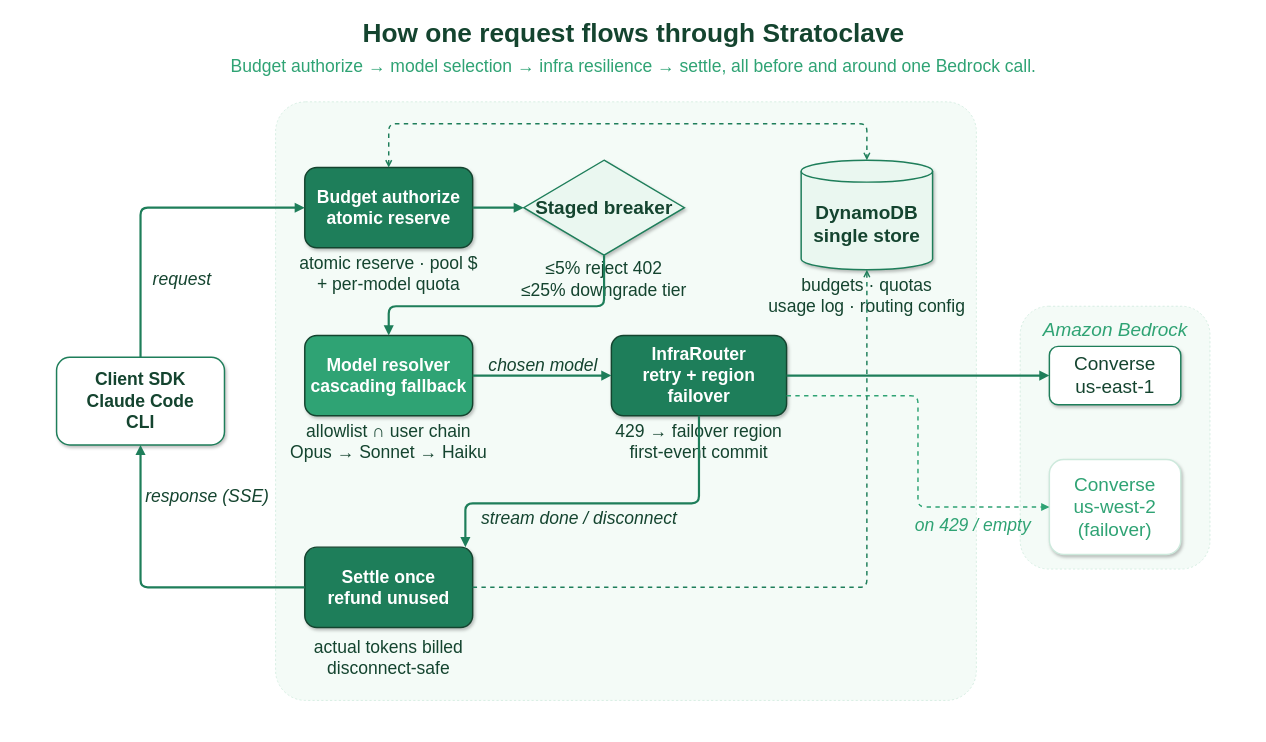
Before: docs/diagrams/request-routing.drawio in littlemex/stratoclave, a draw.io diagram. Source tidied: cells renumbered, new cells numbered last; positions are measured from the earlier drawing's top-left corner, leaving out a move shared by most shapes. Both pictures are drawn from the tidied source at 73%, with x=0, y=0 at pixel (12, 12).
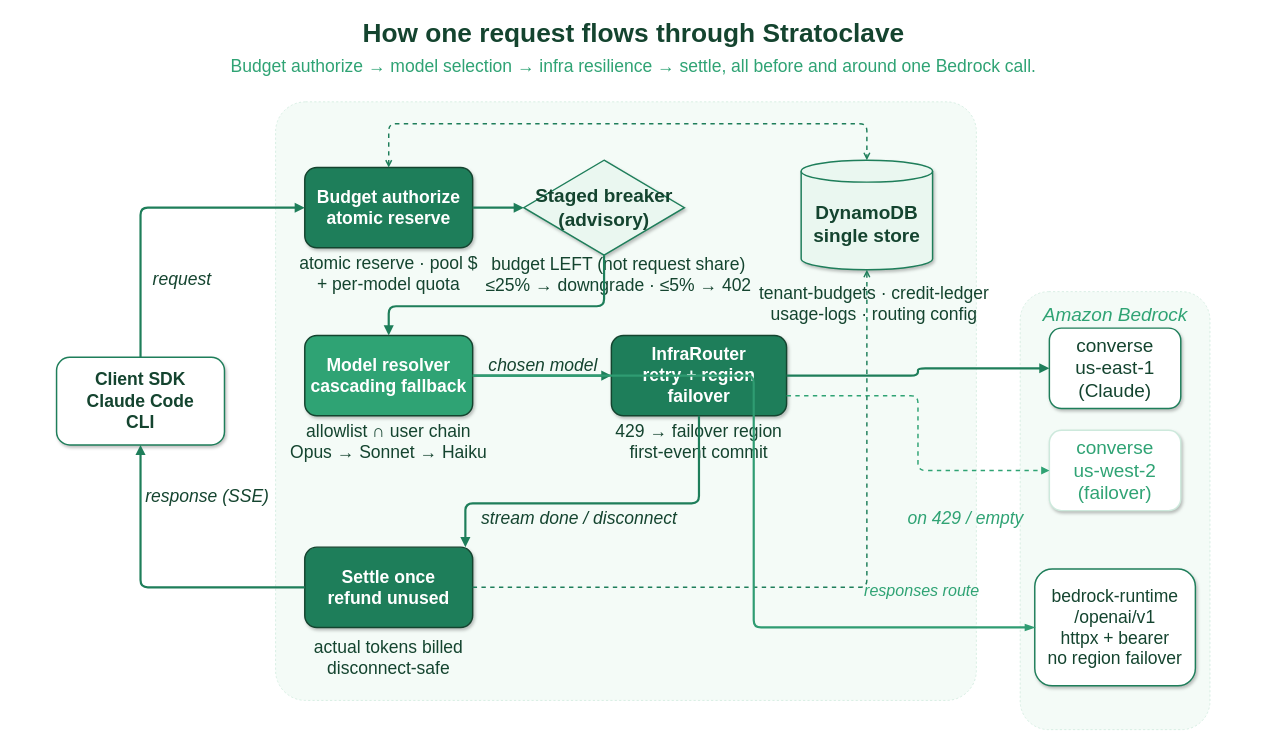
After the change.

The change refers to these unchanged cells:
```xml
<mxCell id="10" value="Model resolver&#10;cascading fallback" style="rounded=1;whiteSpace=wrap;html=1;fillColor=#2FA374;strokeColor=#14442F;strokeWidth=2;fontSize=24;fontColor=#FFFFFF;fontStyle=1;verticalAlign=middle;shadow=1;" parent="1" vertex="1">
  <mxGeometry x="400" y="442" width="230" height="110" as="geometry" />
</mxCell>
```

Diff of the diagram source:
```diff
@@
-    <mxCell id="8" value="Staged breaker" style="rhombus;whiteSpace=wrap;html=1;fillColor=#EAF7F0;strokeColor=#1E7E5A;strokeWidth=2;fontSize=26;fontColor=#14442F;fontStyle=1;shadow=1;" parent="1" vertex="1">
+    <mxCell id="8" value="Staged breaker (advisory)" style="rhombus;whiteSpace=wrap;html=1;fillColor=#EAF7F0;strokeColor=#1E7E5A;strokeWidth=2;fontSize=26;fontColor=#14442F;fontStyle=1;shadow=1;" parent="1" vertex="1">
       <mxGeometry x="700" y="202" width="220" height="130" as="geometry" />
     </mxCell>
-    <mxCell id="9" value="≤5% reject 402&#10;≤25% downgrade tier" style="text;html=1;align=center;fontSize=24;fontColor=#14442F;whiteSpace=wrap;" parent="1" vertex="1">
-      <mxGeometry x="690" y="330" width="240" height="72" as="geometry" />
+    <mxCell id="9" value="budget LEFT (not request share)&#10;≤25% → downgrade · ≤5% → 402" style="text;html=1;align=center;fontSize=24;fontColor=#14442F;whiteSpace=wrap;" parent="1" vertex="1">
+      <mxGeometry x="640" y="324" width="380" height="76" as="geometry" />
     </mxCell>
@@
-    <mxCell id="17" value="budgets · quotas&#10;usage log · routing config" style="text;html=1;align=center;fontSize=24;fontColor=#14442F;whiteSpace=wrap;" parent="1" vertex="1">
-      <mxGeometry x="1025" y="352" width="290" height="72" as="geometry" />
+    <mxCell id="17" value="tenant-budgets · credit-ledger&#10;usage-logs · routing config" style="text;html=1;align=center;fontSize=24;fontColor=#14442F;whiteSpace=wrap;" parent="1" vertex="1">
+      <mxGeometry x="1000" y="364" width="360" height="80" as="geometry" />
     </mxCell>
     <mxCell id="18" style="rounded=1;fillColor=#F4FBF7;strokeColor=#CDE9DC;strokeWidth=1;dashed=1;" parent="1" vertex="1">
-      <mxGeometry x="1380" y="402" width="260" height="360" as="geometry" />
+      <mxGeometry x="1380" y="382" width="260" height="600" as="geometry" />
     </mxCell>
     <mxCell id="19" value="Amazon Bedrock" style="text;html=1;align=center;fontSize=26;fontStyle=2;fontColor=#2FA374;" parent="1" vertex="1">
-      <mxGeometry x="1380" y="412" width="260" height="28" as="geometry" />
+      <mxGeometry x="1380" y="392" width="260" height="28" as="geometry" />
     </mxCell>
-    <mxCell id="20" value="Converse&#10;us-east-1" style="rounded=1;whiteSpace=wrap;html=1;fillColor=#FFFFFF;strokeColor=#1E7E5A;strokeWidth=2;fontSize=26;fontColor=#14442F;verticalAlign=middle;shadow=1;" parent="1" vertex="1">
-      <mxGeometry x="1420" y="457" width="180" height="80" as="geometry" />
+    <mxCell id="20" value="converse&#10;us-east-1 (Claude)" style="rounded=1;whiteSpace=wrap;html=1;fillColor=#FFFFFF;strokeColor=#1E7E5A;strokeWidth=2;fontSize=26;fontColor=#14442F;verticalAlign=middle;shadow=1;" parent="1" vertex="1">
+      <mxGeometry x="1420" y="432" width="180" height="110" as="geometry" />
     </mxCell>
-    <mxCell id="21" value="Converse&#10;us-west-2 (failover)" style="rounded=1;whiteSpace=wrap;html=1;fillColor=#FFFFFF;strokeColor=#CDE9DC;strokeWidth=2;fontSize=26;fontColor=#2FA374;verticalAlign=middle;shadow=1;" parent="1" vertex="1">
-      <mxGeometry x="1420" y="612" width="180" height="130" as="geometry" />
+    <mxCell id="21" value="converse&#10;us-west-2 (failover)" style="rounded=1;whiteSpace=wrap;html=1;fillColor=#FFFFFF;strokeColor=#CDE9DC;strokeWidth=2;fontSize=26;fontColor=#2FA374;verticalAlign=middle;shadow=1;" parent="1" vertex="1">
+      <mxGeometry x="1420" y="572" width="180" height="110" as="geometry" />
     </mxCell>
@@
     <mxCell id="30" value="on 429 / empty" style="text;html=1;fontSize=24;fontColor=#2FA374;fontStyle=2;align=center;" parent="1" vertex="1">
-      <mxGeometry x="1250" y="682" width="130" height="44" as="geometry" />
+      <mxGeometry x="1230" y="672" width="150" height="44" as="geometry" />
     </mxCell>
@@
+    <mxCell id="37" value="bedrock-runtime /openai/v1&#10;httpx + bearer&#10;no region failover" style="rounded=1;whiteSpace=wrap;html=1;fillColor=#FFFFFF;strokeColor=#1E7E5A;strokeWidth=2;fontSize=24;fontColor=#14442F;verticalAlign=middle;shadow=1;" parent="1" vertex="1">
+      <mxGeometry x="1400" y="762" width="220" height="160" as="geometry" />
+    </mxCell>
+    <mxCell id="38" style="edgeStyle=orthogonalEdgeStyle;rounded=1;html=1;strokeColor=#2F9C72;strokeWidth=3;endArrow=blockThin;endFill=1;exitX=1;exitY=0.5;entryX=0;entryY=0.5;" parent="1" edge="1" source="10" target="37">
+      <mxGeometry relative="1" as="geometry" />
+    </mxCell>
+    <mxCell id="39" value="responses route" style="text;html=1;fontSize=22;fontColor=#2FA374;fontStyle=2;align=center;" parent="1" vertex="1">
+      <mxGeometry x="1120" y="772" width="250" height="34" as="geometry" />
+    </mxCell>
```
